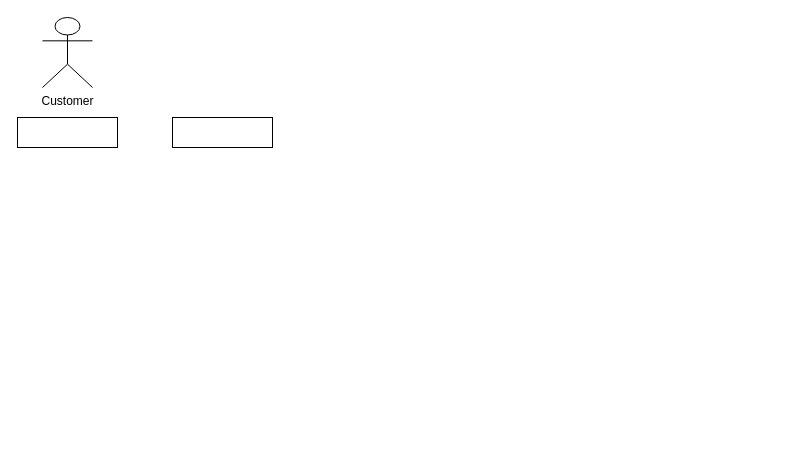
This is Sequence.drawio from Eselebano/Info_Tech, a draw.io file, before an edit. Source tidied: cells renumbered, new cells numbered last; positions are measured from the earlier drawing's top-left corner, leaving out a move shared by most shapes. Both pictures are drawn from the tidied source at 100%, with x=0, y=0 at pixel (17, 17).
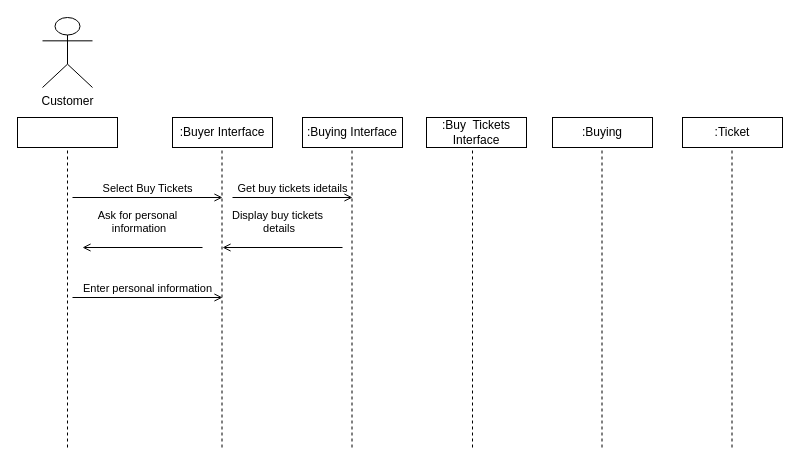
After the change.

The change refers to these unchanged cells:
```xml
<mxCell id="3" style="rounded=0;whiteSpace=wrap;html=1;" parent="1" vertex="1">
  <mxGeometry y="100" width="100" height="30" as="geometry" />
</mxCell>
```

Diff of the diagram source:
```diff
@@
-    <mxCell id="4" style="rounded=0;whiteSpace=wrap;html=1;" parent="1" vertex="1">
+    <mxCell id="4" value=":Buyer Interface" style="rounded=0;whiteSpace=wrap;html=1;" parent="1" vertex="1">
       <mxGeometry x="155" y="100" width="100" height="30" as="geometry" />
     </mxCell>
+    <mxCell id="5" value=":Buying Interface" style="rounded=0;whiteSpace=wrap;html=1;" parent="1" vertex="1">
+      <mxGeometry x="285" y="100" width="100" height="30" as="geometry" />
+    </mxCell>
+    <mxCell id="6" value=":Buy&amp;nbsp; Tickets Interface" style="rounded=0;whiteSpace=wrap;html=1;" parent="1" vertex="1">
+      <mxGeometry x="409" y="100" width="100" height="30" as="geometry" />
+    </mxCell>
+    <mxCell id="7" value=":Buying" style="rounded=0;whiteSpace=wrap;html=1;" parent="1" vertex="1">
+      <mxGeometry x="535" y="100" width="100" height="30" as="geometry" />
+    </mxCell>
+    <mxCell id="8" value=":Ticket" style="rounded=0;whiteSpace=wrap;html=1;" parent="1" vertex="1">
+      <mxGeometry x="665" y="100" width="100" height="30" as="geometry" />
+    </mxCell>
+    <mxCell id="9" style="endArrow=none;dashed=1;html=1;rounded=0;entryX=0.5;entryY=1;entryDx=0;entryDy=0;" parent="1" edge="1" target="3">
+      <mxGeometry relative="1" as="geometry">
+        <mxPoint x="50" y="430" as="sourcePoint" />
+      </mxGeometry>
+    </mxCell>
+    <mxCell id="10" style="endArrow=none;dashed=1;html=1;rounded=0;entryX=0.5;entryY=1;entryDx=0;entryDy=0;" parent="1" edge="1">
+      <mxGeometry relative="1" as="geometry">
+        <mxPoint x="204.5" y="430" as="sourcePoint" />
+        <mxPoint x="204.5" y="130" as="targetPoint" />
+      </mxGeometry>
+    </mxCell>
+    <mxCell id="11" style="endArrow=none;dashed=1;html=1;rounded=0;entryX=0.5;entryY=1;entryDx=0;entryDy=0;" parent="1" edge="1">
+      <mxGeometry relative="1" as="geometry">
+        <mxPoint x="334.5" y="430" as="sourcePoint" />
+        <mxPoint x="334.5" y="130" as="targetPoint" />
+      </mxGeometry>
+    </mxCell>
+    <mxCell id="12" style="endArrow=none;dashed=1;html=1;rounded=0;entryX=0.5;entryY=1;entryDx=0;entryDy=0;" parent="1" edge="1">
+      <mxGeometry relative="1" as="geometry">
+        <mxPoint x="455" y="430" as="sourcePoint" />
+        <mxPoint x="455" y="130" as="targetPoint" />
+      </mxGeometry>
+    </mxCell>
+    <mxCell id="13" style="endArrow=none;dashed=1;html=1;rounded=0;entryX=0.5;entryY=1;entryDx=0;entryDy=0;" parent="1" edge="1">
+      <mxGeometry relative="1" as="geometry">
+        <mxPoint x="584.5" y="430" as="sourcePoint" />
+        <mxPoint x="584.5" y="130" as="targetPoint" />
+      </mxGeometry>
+    </mxCell>
+    <mxCell id="14" style="endArrow=none;dashed=1;html=1;rounded=0;entryX=0.5;entryY=1;entryDx=0;entryDy=0;" parent="1" edge="1">
+      <mxGeometry relative="1" as="geometry">
+        <mxPoint x="714.5" y="430" as="sourcePoint" />
+        <mxPoint x="714.5" y="130" as="targetPoint" />
+      </mxGeometry>
+    </mxCell>
+    <mxCell id="15" value="Select Buy Tickets" style="html=1;verticalAlign=bottom;labelBackgroundColor=none;endArrow=open;endFill=0;rounded=0;" parent="1" edge="1">
+      <mxGeometry relative="1" as="geometry">
+        <mxPoint x="55" y="180" as="sourcePoint" />
+        <mxPoint x="205" y="180" as="targetPoint" />
+      </mxGeometry>
+    </mxCell>
+    <mxCell id="16" value="Get buy tickets idetails" style="html=1;verticalAlign=bottom;labelBackgroundColor=none;endArrow=open;endFill=0;rounded=0;" parent="1" edge="1">
+      <mxGeometry relative="1" as="geometry">
+        <mxPoint x="215" y="180" as="sourcePoint" />
+        <mxPoint x="335" y="180" as="targetPoint" />
+      </mxGeometry>
+    </mxCell>
+    <mxCell id="17" value="Display buy tickets&lt;br&gt;&amp;nbsp;details" style="html=1;verticalAlign=bottom;labelBackgroundColor=none;endArrow=open;endFill=0;rounded=0;" parent="1" edge="1">
+      <mxGeometry x="0.09" y="-10" relative="1" as="geometry">
+        <mxPoint x="325" y="230" as="sourcePoint" />
+        <mxPoint x="205" y="230" as="targetPoint" />
+      </mxGeometry>
+    </mxCell>
+    <mxCell id="18" value="Ask for personal&lt;br&gt;&amp;nbsp;information" style="html=1;verticalAlign=bottom;labelBackgroundColor=none;endArrow=open;endFill=0;rounded=0;" parent="1" edge="1">
+      <mxGeometry x="0.09" y="-10" relative="1" as="geometry">
+        <mxPoint x="185" y="230" as="sourcePoint" />
+        <mxPoint x="65" y="230" as="targetPoint" />
+      </mxGeometry>
+    </mxCell>
+    <mxCell id="19" value="Enter personal information" style="html=1;verticalAlign=bottom;labelBackgroundColor=none;endArrow=open;endFill=0;rounded=0;" parent="1" edge="1">
+      <mxGeometry relative="1" as="geometry">
+        <mxPoint x="55" y="280" as="sourcePoint" />
+        <mxPoint x="205" y="280" as="targetPoint" />
+      </mxGeometry>
+    </mxCell>
```
